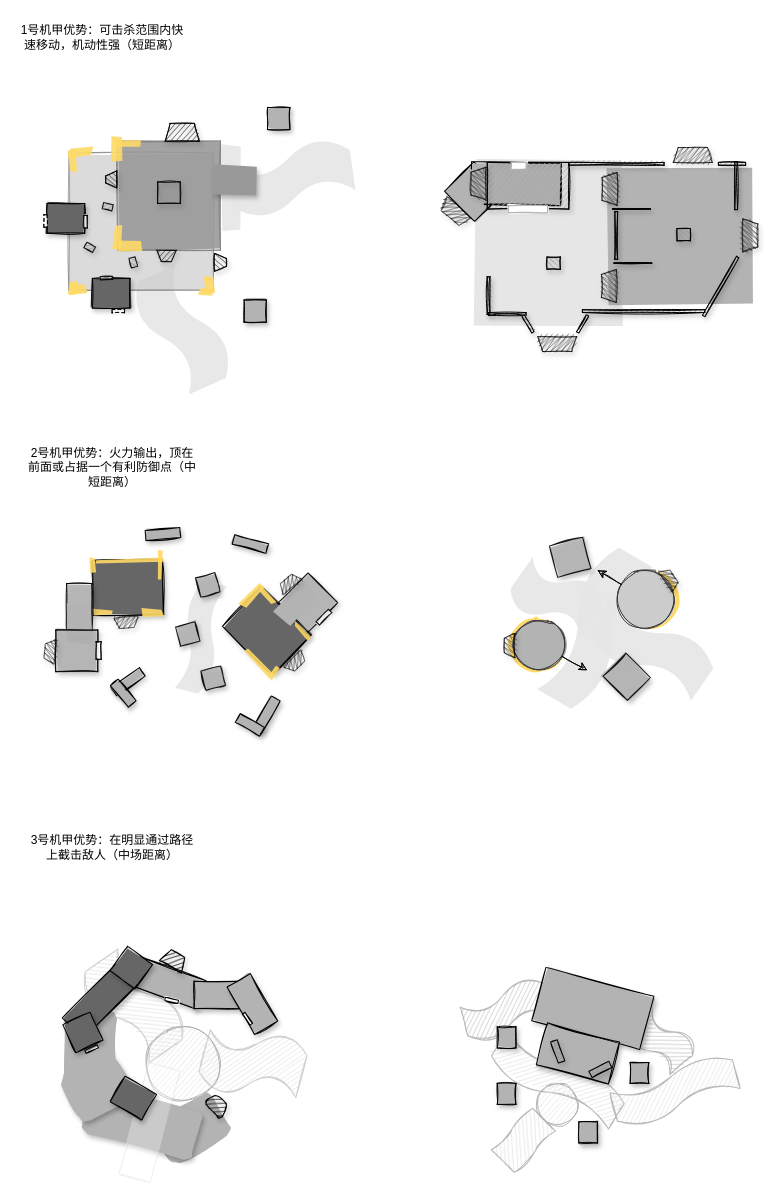
Above: Pattern040506.drawio in Heynoodle/DRAWIO (draw.io), before the change. Source tidied: cells renumbered, new cells numbered last; positions are measured from the earlier drawing's top-left corner, leaving out a move shared by most shapes. Both pictures are drawn from the tidied source at 100%, with x=0, y=0 at pixel (17, 17).
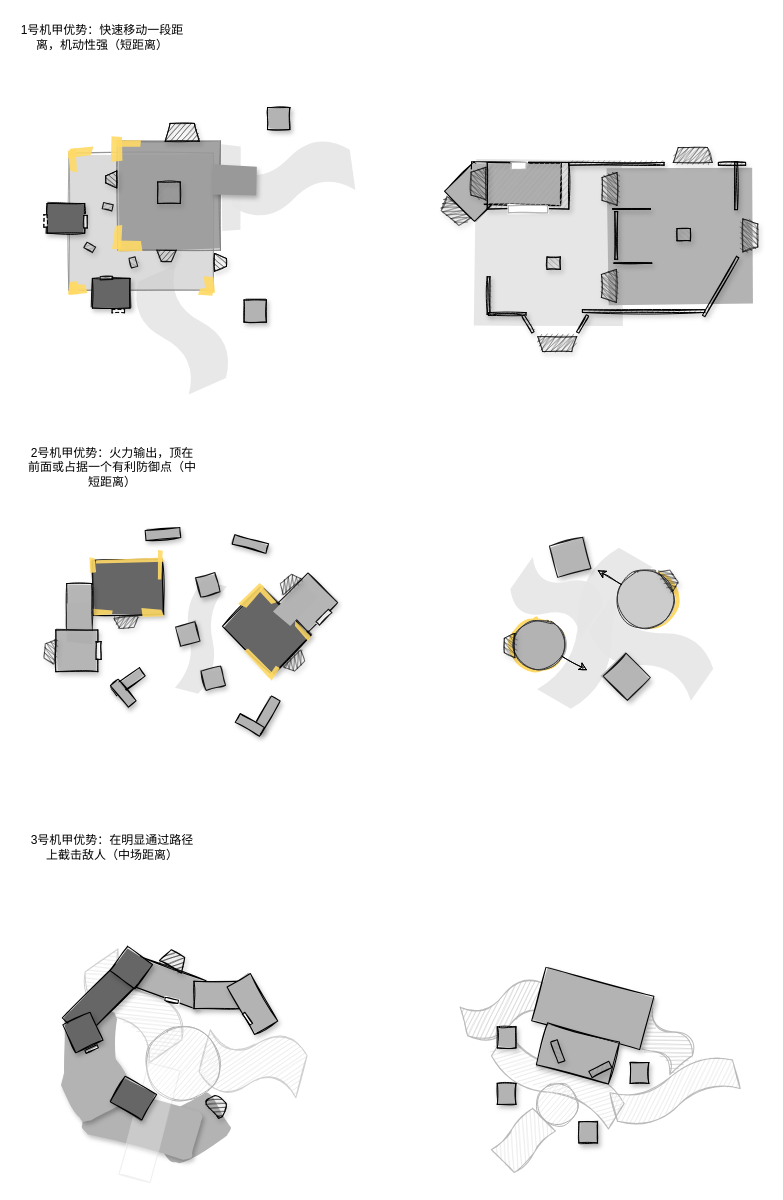
Above is the later version.

The edit, as a diff of the source:
```diff
@@
-    <mxCell id="3" value="1号机甲优势：可击杀范围内快速移动，机动性强（短距离）" style="text;html=1;strokeColor=none;fillColor=none;align=center;verticalAlign=middle;whiteSpace=wrap;rounded=0;" parent="1" vertex="1">
+    <mxCell id="3" value="1号机甲优势：快速移动一段距离，机动性强（短距离）" style="text;html=1;strokeColor=none;fillColor=none;align=center;verticalAlign=middle;whiteSpace=wrap;rounded=0;" parent="1" vertex="1">
       <mxGeometry width="170" height="40" as="geometry" />
     </mxCell>
```
